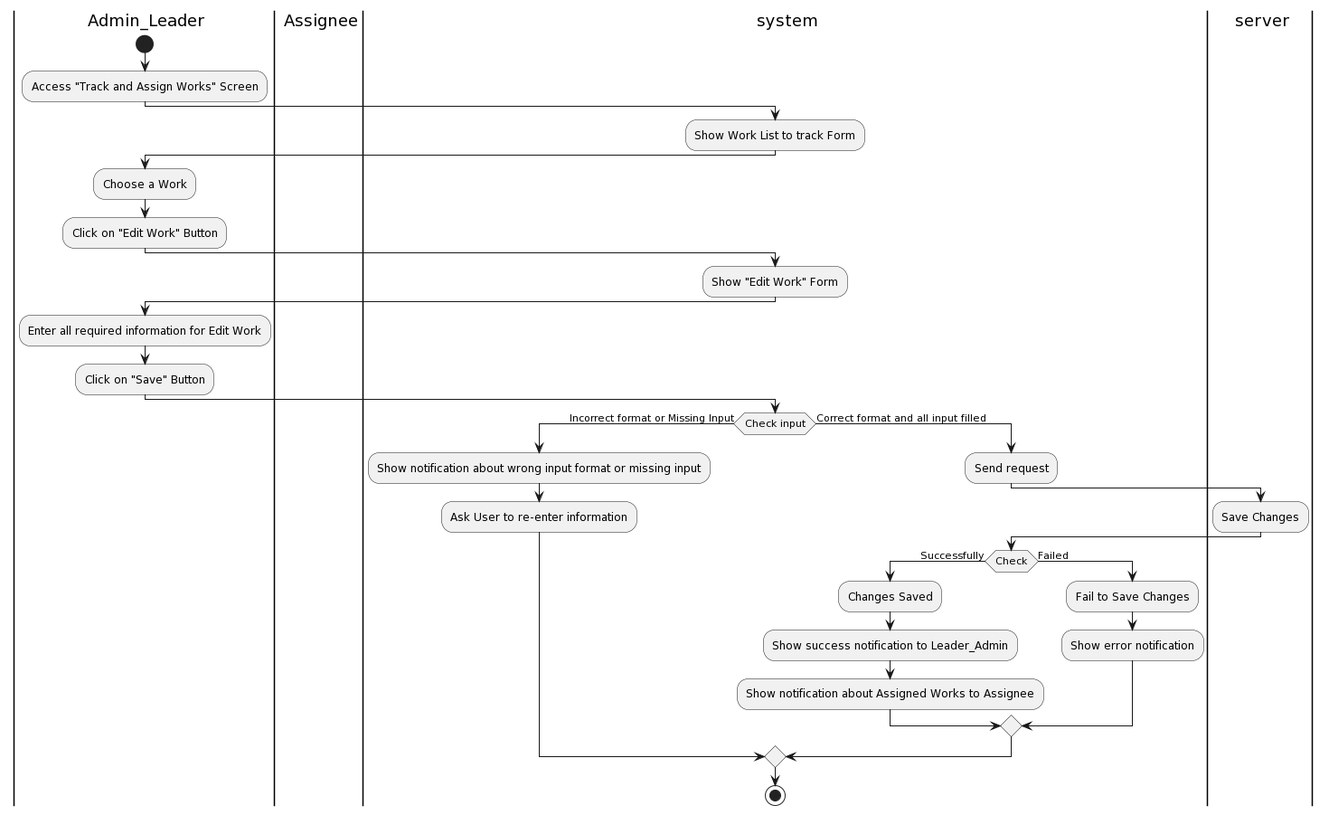
khoapham1003/SE357-Pratice-class keeps this PlantUML diagram as Lab1/Lab1.2/Activity Diagram/TrackingandProcessingofwork/TrackandAssignWorks/CURDWork/EditWorkInformation/EditWorkInformation.png. Above is the earlier version.
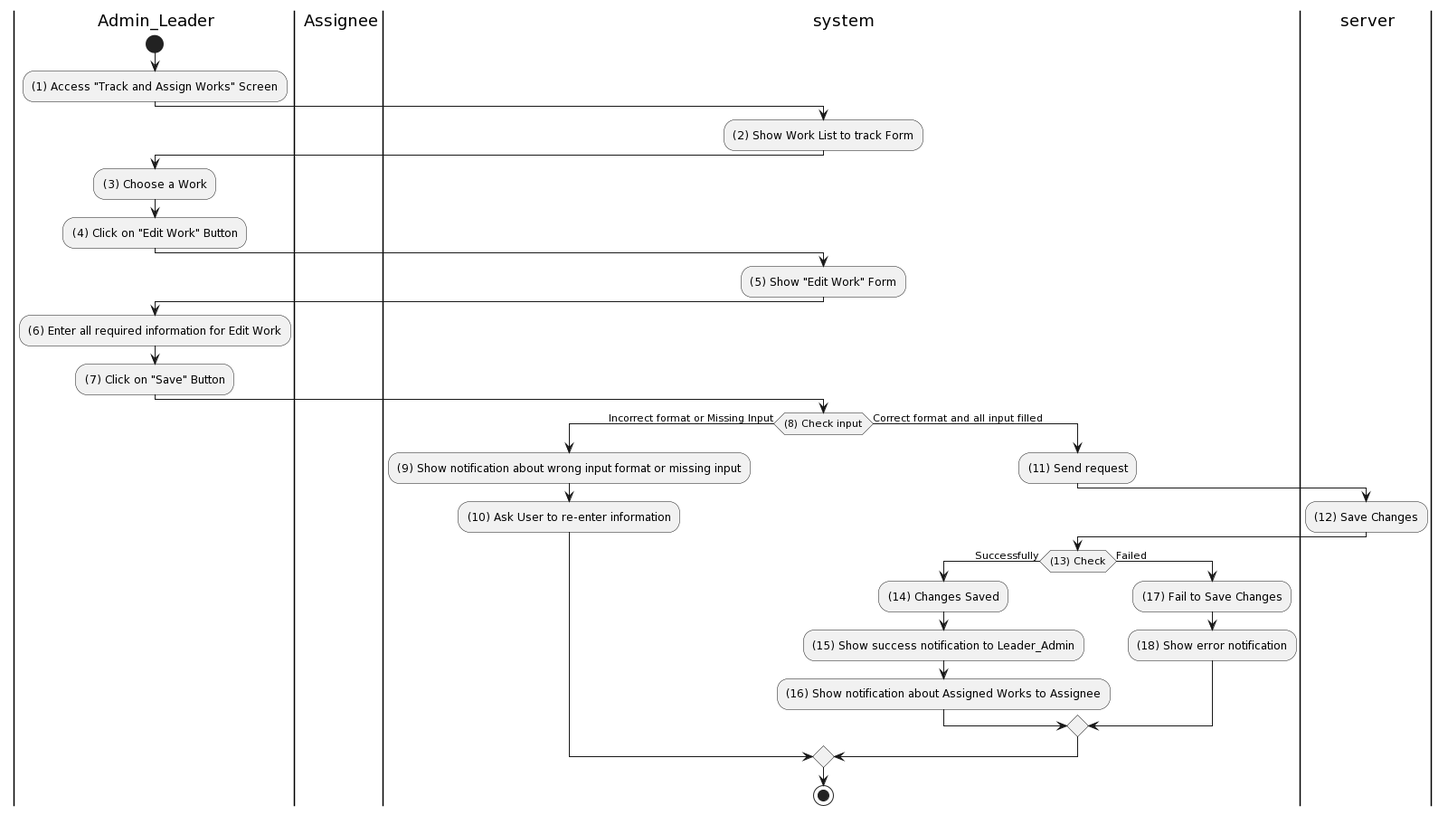
After the change.

Change to the diagram source:
```diff
@@ -5,34 +5,34 @@
 |ser| server
 |a|
 start
-:Access "Track and Assign Works" Screen;
+:(1) Access "Track and Assign Works" Screen;
 |sys|
-:Show Work List to track Form;
+:(2) Show Work List to track Form;
 |a|
-:Choose a Work;
-:Click on "Edit Work" Button;
+:(3) Choose a Work;
+:(4) Click on "Edit Work" Button;
 |sys|
-:Show "Edit Work" Form;
+:(5) Show "Edit Work" Form;
 |a|
-:Enter all required information for Edit Work;
-:Click on "Save" Button;
+:(6) Enter all required information for Edit Work;
+:(7) Click on "Save" Button;
 |sys|
-if (Check input) then (Incorrect format or Missing Input)
-:Show notification about wrong input format or missing input;
-:Ask User to re-enter information;
+if ((8) Check input) then (Incorrect format or Missing Input)
+:(9) Show notification about wrong input format or missing input;
+:(10) Ask User to re-enter information;
 else (Correct format and all input filled)
 |sys|
-:Send request;
+:(11) Send request;
 |ser|
-:Save Changes;
+:(12) Save Changes;
 |sys|
-if(Check) then (Successfully)
-:Changes Saved;
-:Show success notification to Leader_Admin;
-:Show notification about Assigned Works to Assignee;
+if((13) Check) then (Successfully)
+:(14) Changes Saved;
+:(15) Show success notification to Leader_Admin;
+:(16) Show notification about Assigned Works to Assignee;
 else (Failed)
-:Fail to Save Changes;
-:Show error notification;
+:(17) Fail to Save Changes;
+:(18) Show error notification;
 endif
 endif
 stop
```
